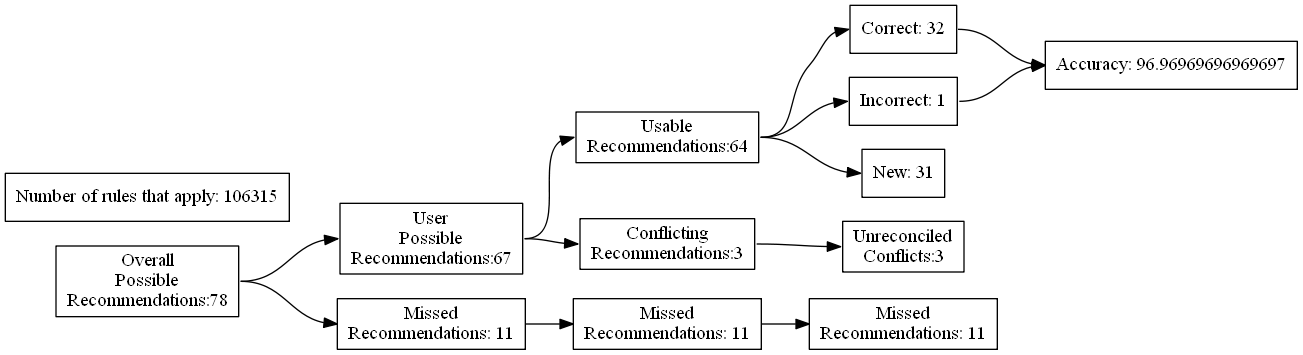
The Graphviz diagram test_renders/53.gv.png in ZaxR/ibd_diet_analysis, before a commit. Its source is kept beside it as test_renders/53.gv. The source it was exported from:
```dot
digraph {
	graph [rankdir=LR]
	node [pos=r shape=box]
	edge [headport=w tailport=e]
		A [label="Overall
Possible
Recommendations:78"]
		B [label="User
Possible
Recommendations:67"]
		C [label="Missed
Recommendations: 11"]
		D [label="Usable
Recommendations:64"]
		E [label="Conflicting
Recommendations:3"]
		J [label="Missed
Recommendations: 11"]
		M [label="Unreconciled
Conflicts:3"]
		F [label="Correct: 32"]
		G [label="Incorrect: 1"]
		H [label="New: 31"]
		K [label="Missed
Recommendations: 11"]
		I [label="Accuracy: 96.96969696969697"]
		l [label="Number of rules that apply: 106315"]
			A -> B
			A -> C
			B -> D
			B -> E
			D -> F
			D -> G
			D -> H
			F -> I
			G -> I
			C -> J
			J -> K
			E -> M
}
```
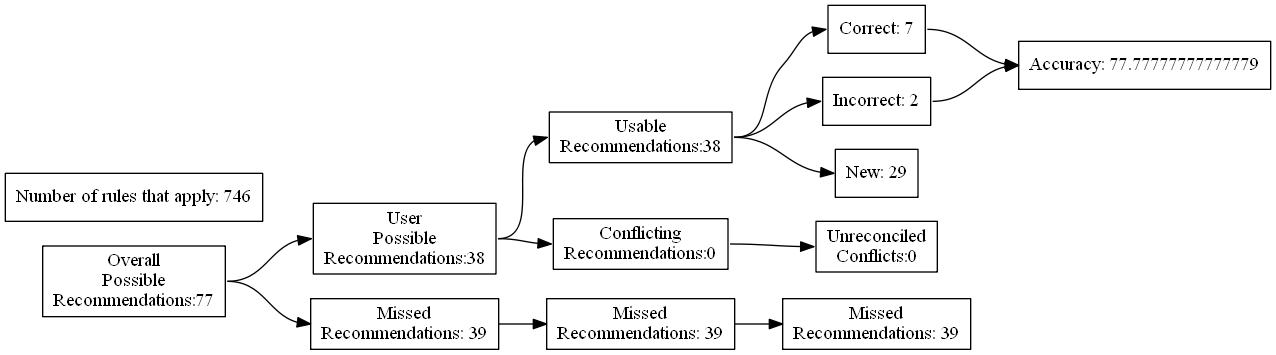
After the commit.

Diff of the diagram source:
```diff
@@ -4,27 +4,27 @@
 	edge [headport=w tailport=e]
 		A [label="Overall
 Possible
-Recommendations:78"]
+Recommendations:77"]
 		B [label="User
 Possible
-Recommendations:67"]
+Recommendations:38"]
 		C [label="Missed
-Recommendations: 11"]
+Recommendations: 39"]
 		D [label="Usable
-Recommendations:64"]
+Recommendations:38"]
 		E [label="Conflicting
-Recommendations:3"]
+Recommendations:0"]
 		J [label="Missed
-Recommendations: 11"]
+Recommendations: 39"]
 		M [label="Unreconciled
-Conflicts:3"]
-		F [label="Correct: 32"]
-		G [label="Incorrect: 1"]
-		H [label="New: 31"]
+Conflicts:0"]
+		F [label="Correct: 7"]
+		G [label="Incorrect: 2"]
+		H [label="New: 29"]
 		K [label="Missed
-Recommendations: 11"]
-		I [label="Accuracy: 96.96969696969697"]
-		l [label="Number of rules that apply: 106315"]
+Recommendations: 39"]
+		I [label="Accuracy: 77.77777777777779"]
+		l [label="Number of rules that apply: 746"]
 			A -> B
 			A -> C
 			B -> D
```
